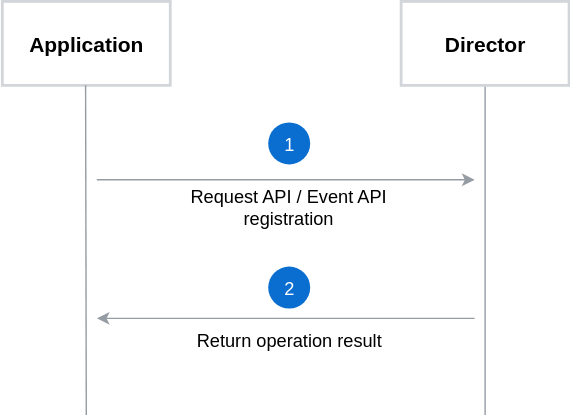
Above: docs/compass/assets/api-registration.svg in kyma-incubator/compass (draw.io), before the change. Source tidied: cells renumbered, new cells last; positions are measured from the earlier drawing's top-left corner, leaving out a move shared by most shapes.
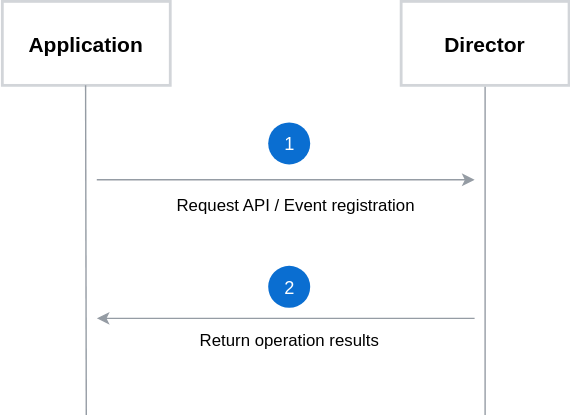
The same file after the commit.

What changed in the source:
```diff
@@ -26,8 +26,8 @@
         <mxPoint x="337.5" y="128" as="targetPoint" />
       </mxGeometry>
     </mxCell>
-    <mxCell id="7" value="Request API / Event API registration" style="text;html=1;strokeColor=none;fillColor=none;align=center;verticalAlign=middle;whiteSpace=wrap;rounded=0;fontFamily=Helvetica;fontSize=13;fontColor=#000000;" parent="1" vertex="1">
-      <mxGeometry x="115" y="137" width="180" height="20" as="geometry" />
+    <mxCell id="7" value="&lt;font style=&quot;font-size: 12px&quot;&gt;Request API / Event registration&lt;/font&gt;" style="text;html=1;strokeColor=none;fillColor=none;align=center;verticalAlign=middle;whiteSpace=wrap;rounded=0;fontFamily=Helvetica;fontSize=13;fontColor=#000000;" parent="1" vertex="1">
+      <mxGeometry x="120" y="136" width="180" height="20" as="geometry" />
     </mxCell>
     <mxCell id="8" value="&lt;h3 style=&quot;text-align: center&quot;&gt;&lt;font style=&quot;font-weight: normal ; font-size: 13px&quot;&gt;1&lt;/font&gt;&lt;/h3&gt;" style="ellipse;html=1;rounded=0;shadow=0;glass=0;comic=0;labelBackgroundColor=none;strokeColor=none;strokeWidth=1;fillColor=#0A6ED1;gradientColor=none;fontSize=13;fontColor=#FFFFFF;align=center;verticalAlign=middle;horizontal=1;" parent="1" vertex="1">
       <mxGeometry x="190" y="87" width="30" height="30" as="geometry" />
@@ -38,7 +38,7 @@
         <mxPoint x="67.5" y="227" as="targetPoint" />
       </mxGeometry>
     </mxCell>
-    <mxCell id="10" value="Return operation result" style="text;html=1;strokeColor=none;fillColor=none;align=center;verticalAlign=middle;whiteSpace=wrap;rounded=0;fontFamily=Helvetica;fontSize=13;fontColor=#000000;" parent="1" vertex="1">
+    <mxCell id="10" value="&lt;font style=&quot;font-size: 12px&quot;&gt;Return operation results&lt;/font&gt;" style="text;html=1;strokeColor=none;fillColor=none;align=center;verticalAlign=middle;whiteSpace=wrap;rounded=0;fontFamily=Helvetica;fontSize=13;fontColor=#000000;" parent="1" vertex="1">
       <mxGeometry x="107.5" y="232" width="195" height="20" as="geometry" />
     </mxCell>
     <mxCell id="11" value="&lt;h3 style=&quot;text-align: center&quot;&gt;&lt;font style=&quot;font-weight: normal ; font-size: 13px&quot;&gt;2&lt;/font&gt;&lt;/h3&gt;" style="ellipse;html=1;rounded=0;shadow=0;glass=0;comic=0;labelBackgroundColor=none;strokeColor=none;strokeWidth=1;fillColor=#0A6ED1;gradientColor=none;fontSize=13;fontColor=#FFFFFF;align=center;verticalAlign=middle;horizontal=1;" parent="1" vertex="1">
```
